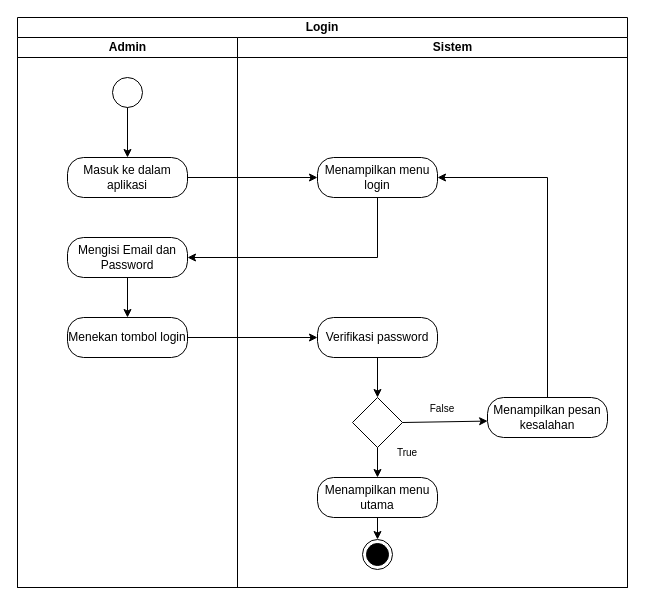
The draw.io diagram page "A.LOGIN" (2 of 21) of USE CASE KOST SAW TERBARU.drawio in HANNN-YOLO/skripsi, before the edit. Source tidied: cells renumbered, new cells numbered last; positions are measured from the earlier drawing's top-left corner, leaving out a move shared by most shapes. Both pictures are drawn from the tidied source at 100%, with x=0, y=0 at pixel (17, 17).
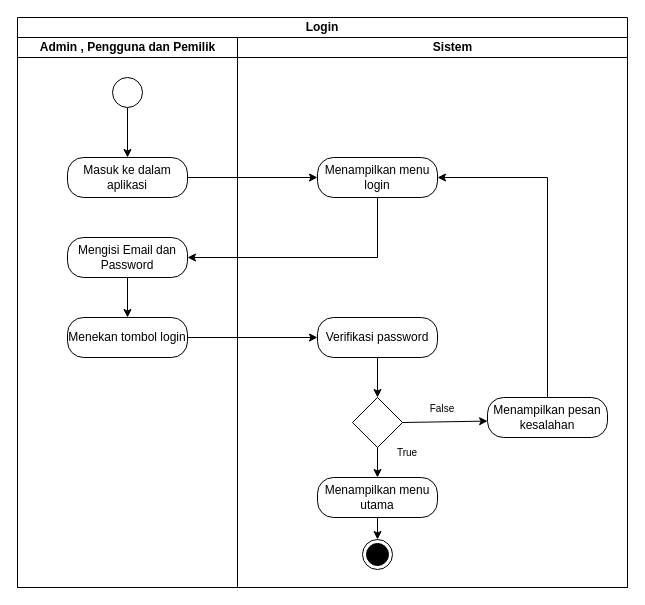
The same diagram, later.

The change refers to these unchanged cells:
```xml
<mxCell id="2" value="Login" style="swimlane;html=1;startSize=20;whiteSpace=wrap;" parent="1" vertex="1">
  <mxGeometry width="610" height="570" as="geometry" />
</mxCell>
```

Diff of the diagram source:
```diff
@@
-    <mxCell id="3" value="Admin" style="swimlane;html=1;startSize=20;" parent="2" vertex="1">
+    <mxCell id="3" value="Admin , Pengguna dan Pemilik" style="swimlane;html=1;startSize=20;" parent="2" vertex="1">
       <mxGeometry y="20" width="220" height="550" as="geometry" />
     </mxCell>
```
